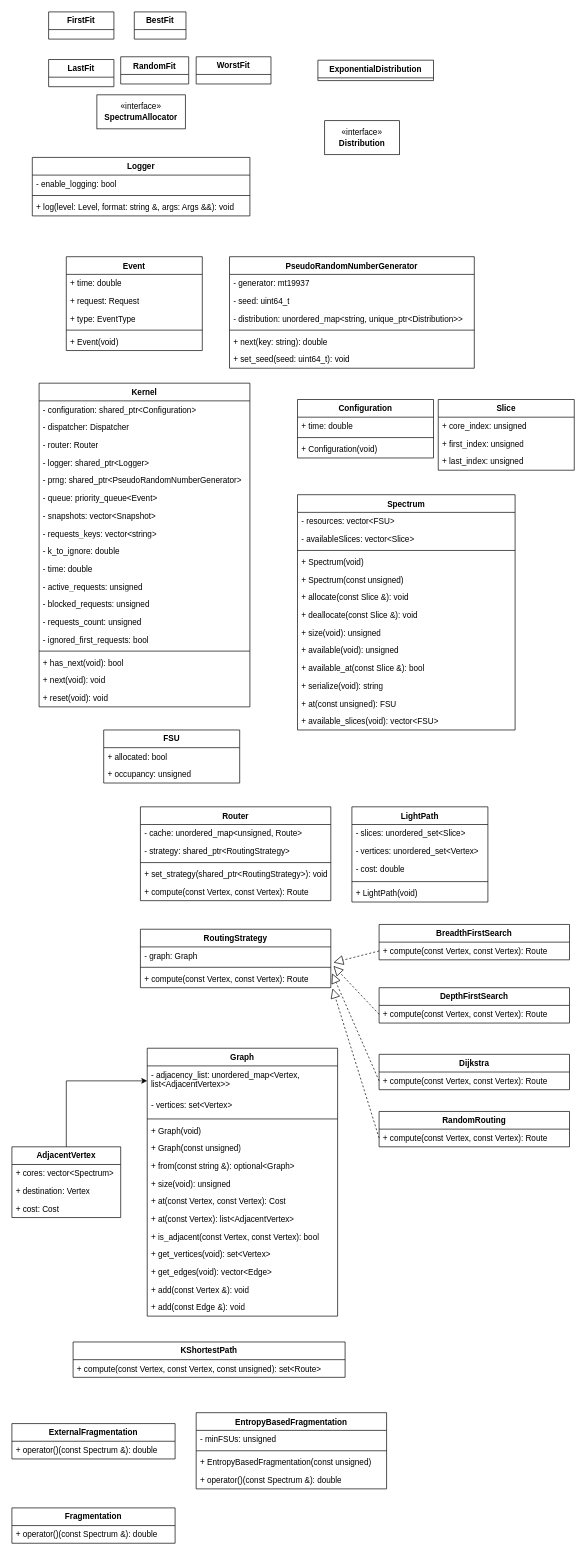
This is page "Class Diagram" (1 of 2) of documentation/Diagram.drawio from AssoDePicche/elastic-optical-networks, a draw.io file, before an edit. Source tidied: cells renumbered, new cells numbered last; positions are measured from the earlier drawing's top-left corner, leaving out a move shared by most shapes. Both pictures are drawn from the tidied source at 68%, with x=0, y=0 at pixel (12, 12).
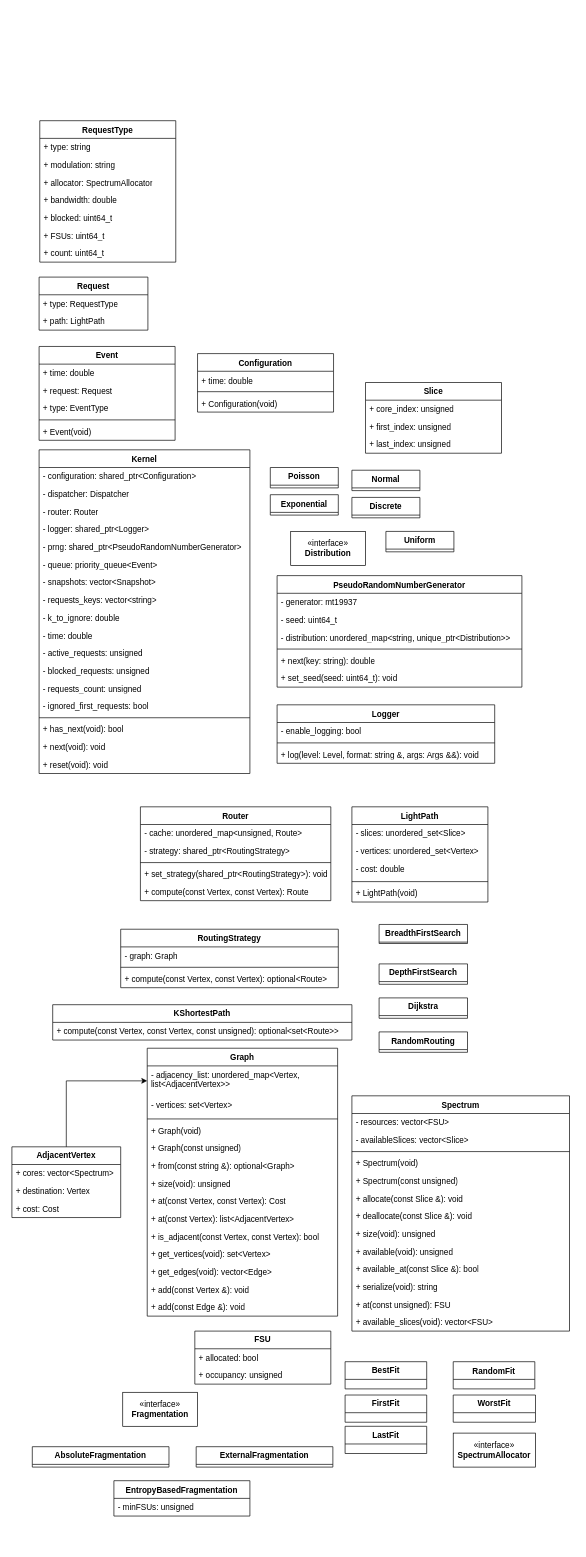
After the change.

Change to the diagram source:
```diff
@@
     <mxCell id="23" value="RoutingStrategy" style="swimlane;fontStyle=1;align=center;verticalAlign=top;horizontal=1;startSize=26;whiteSpace=wrap;html=1;" parent="1" vertex="1">
-      <mxGeometry x="189" y="1349" width="280" height="86" as="geometry" />
+      <mxGeometry x="160" y="1349" width="320" height="86" as="geometry" />
     </mxCell>
     <mxCell id="24" value="- graph: Graph" style="text;strokeColor=none;fillColor=none;align=left;verticalAlign=top;spacingLeft=4;spacingRight=4;overflow=hidden;points=[[0,0.5],[1,0.5]];portConstraint=eastwest;whiteSpace=wrap;html=1;" parent="23" vertex="1">
-      <mxGeometry y="26" width="280" height="26" as="geometry" />
+      <mxGeometry y="26" width="320" height="26" as="geometry" />
     </mxCell>
     <mxCell id="25" style="line;strokeWidth=1;fillColor=none;align=left;verticalAlign=middle;spacingTop=-1;spacingLeft=3;spacingRight=3;labelPosition=right;strokeColor=inherit;" parent="23" vertex="1">
-      <mxGeometry y="52" width="280" height="8" as="geometry" />
+      <mxGeometry y="52" width="320" height="8" as="geometry" />
     </mxCell>
-    <mxCell id="26" value="+ compute(const Vertex, const Vertex): Route" style="text;strokeColor=none;fillColor=none;align=left;verticalAlign=top;spacingLeft=4;spacingRight=4;overflow=hidden;points=[[0,0.5],[1,0.5]];portConstraint=eastwest;whiteSpace=wrap;html=1;" parent="23" vertex="1">
-      <mxGeometry y="60" width="280" height="26" as="geometry" />
+    <mxCell id="26" value="+ compute(const Vertex, const Vertex): optional&amp;lt;Route&amp;gt;" style="text;strokeColor=none;fillColor=none;align=left;verticalAlign=top;spacingLeft=4;spacingRight=4;overflow=hidden;points=[[0,0.5],[1,0.5]];portConstraint=eastwest;whiteSpace=wrap;html=1;" parent="23" vertex="1">
+      <mxGeometry y="60" width="320" height="26" as="geometry" />
     </mxCell>
     <mxCell id="27" value="&lt;b&gt;BreadthFirstSearch&lt;/b&gt;" style="swimlane;fontStyle=0;horizontal=1;startSize=26;fillColor=none;whiteSpace=wrap;html=1;" parent="1" vertex="1">
-      <mxGeometry x="540" y="1342" width="280" height="52" as="geometry" />
+      <mxGeometry x="540" y="1342" width="130" height="28" as="geometry" />
     </mxCell>
-    <mxCell id="28" value="+ compute(const Vertex, const Vertex): Route" style="text;strokeColor=none;fillColor=none;align=left;verticalAlign=top;spacingLeft=4;spacingRight=4;overflow=hidden;points=[[0,0.5],[1,0.5]];portConstraint=eastwest;whiteSpace=wrap;html=1;" parent="27" vertex="1">
-      <mxGeometry y="26" width="280" height="26" as="geometry" />
-    </mxCell>
-    <mxCell id="29" style="endArrow=block;dashed=1;endFill=0;endSize=12;html=1;rounded=0;entryX=1.014;entryY=0.885;entryDx=0;entryDy=0;entryPerimeter=0;exitX=0;exitY=0.5;exitDx=0;exitDy=0;" parent="1" edge="1" source="28" target="24">
-      <mxGeometry relative="1" as="geometry" />
-    </mxCell>
     <mxCell id="30" value="&lt;b&gt;DepthFirstSearch&lt;/b&gt;" style="swimlane;fontStyle=0;horizontal=1;startSize=26;fillColor=none;whiteSpace=wrap;html=1;" parent="1" vertex="1">
-      <mxGeometry x="540" y="1435" width="280" height="52" as="geometry" />
+      <mxGeometry x="540" y="1400" width="130" height="30" as="geometry" />
     </mxCell>
-    <mxCell id="31" value="+ compute(const Vertex, const Vertex): Route" style="text;strokeColor=none;fillColor=none;align=left;verticalAlign=top;spacingLeft=4;spacingRight=4;overflow=hidden;points=[[0,0.5],[1,0.5]];portConstraint=eastwest;whiteSpace=wrap;html=1;" parent="30" vertex="1">
-      <mxGeometry y="26" width="280" height="26" as="geometry" />
-    </mxCell>
-    <mxCell id="32" style="endArrow=block;dashed=1;endFill=0;endSize=12;html=1;rounded=0;entryX=1.014;entryY=1.077;entryDx=0;entryDy=0;entryPerimeter=0;exitX=0;exitY=0.5;exitDx=0;exitDy=0;" parent="1" edge="1" source="31" target="24">
-      <mxGeometry relative="1" as="geometry" />
-    </mxCell>
     <mxCell id="33" value="&lt;b&gt;Dijkstra&lt;/b&gt;" style="swimlane;fontStyle=0;horizontal=1;startSize=26;fillColor=none;whiteSpace=wrap;html=1;" parent="1" vertex="1">
-      <mxGeometry x="540" y="1533" width="280" height="52" as="geometry" />
+      <mxGeometry x="540" y="1450" width="130" height="30" as="geometry" />
     </mxCell>
-    <mxCell id="34" value="+ compute(const Vertex, const Vertex): Route" style="text;strokeColor=none;fillColor=none;align=left;verticalAlign=top;spacingLeft=4;spacingRight=4;overflow=hidden;points=[[0,0.5],[1,0.5]];portConstraint=eastwest;whiteSpace=wrap;html=1;" parent="33" vertex="1">
-      <mxGeometry y="26" width="280" height="26" as="geometry" />
-    </mxCell>
-    <mxCell id="35" style="endArrow=block;dashed=1;endFill=0;endSize=12;html=1;rounded=0;entryX=1.007;entryY=0.192;entryDx=0;entryDy=0;entryPerimeter=0;exitX=0;exitY=0.5;exitDx=0;exitDy=0;" parent="1" edge="1" source="34" target="26">
-      <mxGeometry relative="1" as="geometry" />
-    </mxCell>
     <mxCell id="36" value="RandomRouting" style="swimlane;fontStyle=1;align=center;verticalAlign=top;horizontal=1;startSize=26;whiteSpace=wrap;html=1;" parent="1" vertex="1">
-      <mxGeometry x="540" y="1617" width="280" height="52" as="geometry" />
+      <mxGeometry x="540" y="1500" width="130" height="30" as="geometry" />
     </mxCell>
-    <mxCell id="37" value="+ compute(const Vertex, const Vertex): Route" style="text;strokeColor=none;fillColor=none;align=left;verticalAlign=top;spacingLeft=4;spacingRight=4;overflow=hidden;points=[[0,0.5],[1,0.5]];portConstraint=eastwest;whiteSpace=wrap;html=1;" parent="36" vertex="1">
-      <mxGeometry y="26" width="280" height="26" as="geometry" />
-    </mxCell>
     <mxCell id="38" value="&lt;b&gt;KShortestPath&lt;/b&gt;" style="swimlane;fontStyle=0;horizontal=1;startSize=26;fillColor=none;whiteSpace=wrap;html=1;" parent="1" vertex="1">
-      <mxGeometry x="90" y="1956" width="400" height="52" as="geometry" />
+      <mxGeometry x="60" y="1460" width="440" height="52" as="geometry" />
     </mxCell>
-    <mxCell id="39" value="+ compute(const Vertex, const Vertex, const unsigned): set&amp;lt;Route&amp;gt;" style="text;strokeColor=none;fillColor=none;align=left;verticalAlign=top;spacingLeft=4;spacingRight=4;overflow=hidden;whiteSpace=wrap;html=1;" parent="38" vertex="1">
-      <mxGeometry y="26" width="400" height="26" as="geometry" />
+    <mxCell id="39" value="+ compute(const Vertex, const Vertex, const unsigned): optional&amp;lt;set&amp;lt;Route&amp;gt;&amp;gt;" style="text;strokeColor=none;fillColor=none;align=left;verticalAlign=top;spacingLeft=4;spacingRight=4;overflow=hidden;whiteSpace=wrap;html=1;" parent="38" vertex="1">
+      <mxGeometry y="26" width="440" height="26" as="geometry" />
     </mxCell>
-    <mxCell id="40" style="endArrow=block;dashed=1;endFill=0;endSize=12;html=1;rounded=0;entryX=1.009;entryY=1.038;entryDx=0;entryDy=0;entryPerimeter=0;exitX=0;exitY=0.5;exitDx=0;exitDy=0;" parent="1" edge="1" source="37" target="26">
-      <mxGeometry relative="1" as="geometry" />
-    </mxCell>
     <mxCell id="41" value="&lt;b&gt;FSU&lt;/b&gt;" style="swimlane;fontStyle=0;horizontal=1;startSize=26;fillColor=none;whiteSpace=wrap;html=1;" parent="1" vertex="1">
-      <mxGeometry x="135" y="1056" width="200" height="78" as="geometry" />
+      <mxGeometry x="269" y="1940" width="200" height="78" as="geometry" />
     </mxCell>
@@
     <mxCell id="44" value="&lt;b&gt;Slice&lt;/b&gt;" style="swimlane;fontStyle=0;horizontal=1;startSize=26;fillColor=none;whiteSpace=wrap;html=1;" parent="1" vertex="1">
-      <mxGeometry x="627" y="570" width="200" height="104" as="geometry" />
+      <mxGeometry x="520" y="545" width="200" height="104" as="geometry" />
     </mxCell>
@@
     <mxCell id="48" value="Spectrum" style="swimlane;fontStyle=1;align=center;verticalAlign=top;horizontal=1;startSize=26;whiteSpace=wrap;html=1;" parent="1" vertex="1">
-      <mxGeometry x="420" y="710" width="320" height="346" as="geometry" />
+      <mxGeometry x="500" y="1594" width="320" height="346" as="geometry" />
     </mxCell>
@@
     <mxCell id="62" value="&lt;b&gt;WorstFit&lt;/b&gt;" style="swimlane;fontStyle=0;horizontal=1;startSize=26;fillColor=none;whiteSpace=wrap;html=1;" parent="1" vertex="1">
-      <mxGeometry x="271" y="66" width="110" height="40" as="geometry" />
+      <mxGeometry x="649" y="2034" width="121" height="40" as="geometry" />
     </mxCell>
     <mxCell id="63" value="&lt;b&gt;LastFit&lt;/b&gt;" style="swimlane;fontStyle=0;horizontal=1;startSize=26;fillColor=none;whiteSpace=wrap;html=1;" parent="1" vertex="1">
-      <mxGeometry x="54" y="70" width="96" height="40" as="geometry" />
+      <mxGeometry x="490" y="2080" width="120" height="40" as="geometry" />
     </mxCell>
     <mxCell id="64" value="&lt;b&gt;FirstFit&lt;/b&gt;" style="swimlane;fontStyle=0;horizontal=1;startSize=26;fillColor=none;whiteSpace=wrap;html=1;" parent="1" vertex="1">
-      <mxGeometry x="54" width="96" height="40" as="geometry" />
+      <mxGeometry x="490" y="2034" width="120" height="40" as="geometry" />
     </mxCell>
     <mxCell id="65" value="&lt;b&gt;BestFit&lt;/b&gt;" style="swimlane;fontStyle=0;horizontal=1;startSize=26;fillColor=none;whiteSpace=wrap;html=1;" parent="1" vertex="1">
-      <mxGeometry x="180" width="76" height="40" as="geometry" />
+      <mxGeometry x="490" y="1985" width="120" height="40" as="geometry" />
     </mxCell>
     <mxCell id="66" value="RandomFit" style="swimlane;fontStyle=1;align=center;verticalAlign=top;horizontal=1;startSize=26;whiteSpace=wrap;html=1;" parent="1" vertex="1">
-      <mxGeometry x="160" y="66" width="100" height="40" as="geometry" />
+      <mxGeometry x="649" y="1985" width="120" height="40" as="geometry" />
     </mxCell>
-    <mxCell id="67" value="&lt;span&gt;Fragmentation&lt;/span&gt;" style="swimlane;fontStyle=1;horizontal=1;startSize=26;fillColor=none;whiteSpace=wrap;html=1;" parent="1" vertex="1">
-      <mxGeometry y="2200" width="240" height="52" as="geometry" />
-    </mxCell>
-    <mxCell id="68" value="+ operator()(const Spectrum &amp;amp;): double" style="text;strokeColor=none;fillColor=none;align=left;verticalAlign=top;spacingLeft=4;spacingRight=4;overflow=hidden;whiteSpace=wrap;html=1;" parent="67" vertex="1">
-      <mxGeometry y="26" width="240" height="26" as="geometry" />
-    </mxCell>
     <mxCell id="69" value="&lt;b&gt;ExternalFragmentation&lt;/b&gt;" style="swimlane;fontStyle=0;horizontal=1;startSize=26;fillColor=none;whiteSpace=wrap;html=1;" parent="1" vertex="1">
-      <mxGeometry y="2076" width="240" height="52" as="geometry" />
+      <mxGeometry x="271" y="2110" width="201" height="30" as="geometry" />
     </mxCell>
-    <mxCell id="70" value="+ operator()(const Spectrum &amp;amp;): double" style="text;strokeColor=none;fillColor=none;align=left;verticalAlign=top;spacingLeft=4;spacingRight=4;overflow=hidden;whiteSpace=wrap;html=1;" parent="69" vertex="1">
-      <mxGeometry y="26" width="240" height="26" as="geometry" />
-    </mxCell>
     <mxCell id="71" value="EntropyBasedFragmentation" style="swimlane;fontStyle=1;align=center;verticalAlign=top;horizontal=1;startSize=26;whiteSpace=wrap;html=1;" parent="1" vertex="1">
-      <mxGeometry x="271" y="2060" width="280" height="112" as="geometry" />
+      <mxGeometry x="150" y="2160" width="200" height="52" as="geometry" />
     </mxCell>
     <mxCell id="72" value="- minFSUs: unsigned" style="text;strokeColor=none;fillColor=none;align=left;verticalAlign=top;spacingLeft=4;spacingRight=4;overflow=hidden;whiteSpace=wrap;html=1;" parent="71" vertex="1">
-      <mxGeometry y="26" width="280" height="26" as="geometry" />
+      <mxGeometry y="26" width="200" height="26" as="geometry" />
     </mxCell>
-    <mxCell id="73" style="line;strokeWidth=1;fillColor=none;align=left;verticalAlign=middle;spacingTop=-1;spacingLeft=3;spacingRight=3;labelPosition=right;strokeColor=inherit;" parent="71" vertex="1">
-      <mxGeometry y="52" width="280" height="8" as="geometry" />
-    </mxCell>
-    <mxCell id="74" value="+ EntropyBasedFragmentation(const unsigned)" style="text;strokeColor=none;fillColor=none;align=left;verticalAlign=top;spacingLeft=4;spacingRight=4;overflow=hidden;whiteSpace=wrap;html=1;" parent="71" vertex="1">
-      <mxGeometry y="60" width="280" height="26" as="geometry" />
-    </mxCell>
-    <mxCell id="75" value="+ operator()(const Spectrum &amp;amp;): double" style="text;strokeColor=none;fillColor=none;align=left;verticalAlign=top;spacingLeft=4;spacingRight=4;overflow=hidden;whiteSpace=wrap;html=1;" parent="71" vertex="1">
-      <mxGeometry y="86" width="280" height="26" as="geometry" />
-    </mxCell>
     <mxCell id="76" value="Event" style="swimlane;fontStyle=1;align=center;verticalAlign=top;horizontal=1;startSize=26;whiteSpace=wrap;html=1;" parent="1" vertex="1">
-      <mxGeometry x="80" y="360" width="200" height="138" as="geometry" />
+      <mxGeometry x="40" y="492" width="200" height="138" as="geometry" />
     </mxCell>
@@
-    <mxCell id="82" value="ExponentialDistribution" style="swimlane;fontStyle=1;align=center;verticalAlign=top;horizontal=1;startSize=26;whiteSpace=wrap;html=1;" parent="1" vertex="1">
-      <mxGeometry x="450" y="71" width="170" height="30" as="geometry" />
+    <mxCell id="82" value="Exponential" style="swimlane;fontStyle=1;align=center;verticalAlign=top;horizontal=1;startSize=26;whiteSpace=wrap;html=1;" parent="1" vertex="1">
+      <mxGeometry x="380" y="710" width="100" height="30" as="geometry" />
     </mxCell>
     <mxCell id="83" value="Kernel" style="swimlane;fontStyle=1;align=center;verticalAlign=top;horizontal=1;startSize=26;whiteSpace=wrap;html=1;" parent="1" vertex="1">
-      <mxGeometry x="40" y="546" width="310" height="476" as="geometry" />
+      <mxGeometry x="40" y="644" width="310" height="476" as="geometry" />
     </mxCell>
@@
     <mxCell id="102" value="PseudoRandomNumberGenerator" style="swimlane;fontStyle=1;align=center;verticalAlign=top;horizontal=1;startSize=26;whiteSpace=wrap;html=1;" parent="1" vertex="1">
-      <mxGeometry x="320" y="360" width="360" height="164" as="geometry" />
+      <mxGeometry x="390" y="829" width="360" height="164" as="geometry" />
     </mxCell>
@@
     <mxCell id="109" value="Logger" style="swimlane;fontStyle=1;align=center;verticalAlign=top;horizontal=1;startSize=26;whiteSpace=wrap;html=1;" parent="1" vertex="1">
-      <mxGeometry x="30" y="214" width="320" height="86" as="geometry" />
+      <mxGeometry x="390" y="1019" width="320" height="86" as="geometry" />
     </mxCell>
@@
     <mxCell id="113" value="«interface»&lt;br&gt;&lt;b&gt;Distribution&lt;/b&gt;" style="html=1;whiteSpace=wrap;" parent="1" vertex="1">
-      <mxGeometry x="460" y="160" width="110" height="50" as="geometry" />
+      <mxGeometry x="410" y="764" width="110" height="50" as="geometry" />
     </mxCell>
     <mxCell id="114" value="Configuration" style="swimlane;fontStyle=1;align=center;verticalAlign=top;horizontal=1;startSize=26;whiteSpace=wrap;html=1;" parent="1" vertex="1">
-      <mxGeometry x="420" y="570" width="200" height="86" as="geometry" />
+      <mxGeometry x="273" y="502.5" width="200" height="86" as="geometry" />
     </mxCell>
@@
     <mxCell id="129" value="«interface»&lt;br&gt;&lt;b&gt;SpectrumAllocator&lt;/b&gt;" style="html=1;whiteSpace=wrap;" parent="1" vertex="1">
-      <mxGeometry x="125" y="122" width="130" height="50" as="geometry" />
+      <mxGeometry x="649" y="2090" width="121" height="50" as="geometry" />
     </mxCell>
+    <mxCell id="130" value="&lt;b&gt;AbsoluteFragmentation&lt;/b&gt;" style="swimlane;fontStyle=0;horizontal=1;startSize=26;fillColor=none;whiteSpace=wrap;html=1;" parent="1" vertex="1">
+      <mxGeometry x="30" y="2110" width="201" height="30" as="geometry" />
+    </mxCell>
+    <mxCell id="131" value="«interface»&lt;br&gt;&lt;b&gt;Fragmentation&lt;/b&gt;" style="html=1;whiteSpace=wrap;" parent="1" vertex="1">
+      <mxGeometry x="163" y="2030" width="110" height="50" as="geometry" />
+    </mxCell>
+    <mxCell id="132" value="Poisson" style="swimlane;fontStyle=1;align=center;verticalAlign=top;horizontal=1;startSize=26;whiteSpace=wrap;html=1;" parent="1" vertex="1">
+      <mxGeometry x="380" y="670" width="100" height="30" as="geometry" />
+    </mxCell>
+    <mxCell id="133" value="Normal" style="swimlane;fontStyle=1;align=center;verticalAlign=top;horizontal=1;startSize=26;whiteSpace=wrap;html=1;" parent="1" vertex="1">
+      <mxGeometry x="500" y="674" width="100" height="30" as="geometry" />
+    </mxCell>
+    <mxCell id="134" value="Discrete" style="swimlane;fontStyle=1;align=center;verticalAlign=top;horizontal=1;startSize=26;whiteSpace=wrap;html=1;" parent="1" vertex="1">
+      <mxGeometry x="500" y="714" width="100" height="30" as="geometry" />
+    </mxCell>
+    <mxCell id="135" value="Uniform" style="swimlane;fontStyle=1;align=center;verticalAlign=top;horizontal=1;startSize=26;whiteSpace=wrap;html=1;" parent="1" vertex="1">
+      <mxGeometry x="550" y="764" width="100" height="30" as="geometry" />
+    </mxCell>
+    <mxCell id="136" value="RequestType" style="swimlane;fontStyle=1;align=center;verticalAlign=top;horizontal=1;startSize=26;whiteSpace=wrap;html=1;" parent="1" vertex="1">
+      <mxGeometry x="41" y="160" width="200" height="208" as="geometry" />
+    </mxCell>
+    <mxCell id="137" value="+ type: string" style="text;strokeColor=none;fillColor=none;align=left;verticalAlign=top;spacingLeft=4;spacingRight=4;overflow=hidden;whiteSpace=wrap;html=1;" parent="136" vertex="1">
+      <mxGeometry y="26" width="200" height="26" as="geometry" />
+    </mxCell>
+    <mxCell id="138" value="+ modulation: string" style="text;strokeColor=none;fillColor=none;align=left;verticalAlign=top;spacingLeft=4;spacingRight=4;overflow=hidden;whiteSpace=wrap;html=1;" parent="136" vertex="1">
+      <mxGeometry y="52" width="200" height="26" as="geometry" />
+    </mxCell>
+    <mxCell id="139" value="+ allocator: SpectrumAllocator" style="text;strokeColor=none;fillColor=none;align=left;verticalAlign=top;spacingLeft=4;spacingRight=4;overflow=hidden;whiteSpace=wrap;html=1;" parent="136" vertex="1">
+      <mxGeometry y="78" width="200" height="26" as="geometry" />
+    </mxCell>
+    <mxCell id="140" value="+ bandwidth: double" style="text;strokeColor=none;fillColor=none;align=left;verticalAlign=top;spacingLeft=4;spacingRight=4;overflow=hidden;whiteSpace=wrap;html=1;" parent="136" vertex="1">
+      <mxGeometry y="104" width="200" height="26" as="geometry" />
+    </mxCell>
+    <mxCell id="141" value="+ blocked: uint64_t" style="text;strokeColor=none;fillColor=none;align=left;verticalAlign=top;spacingLeft=4;spacingRight=4;overflow=hidden;whiteSpace=wrap;html=1;" parent="136" vertex="1">
+      <mxGeometry y="130" width="200" height="26" as="geometry" />
+    </mxCell>
+    <mxCell id="142" value="+ FSUs: uint64_t" style="text;strokeColor=none;fillColor=none;align=left;verticalAlign=top;spacingLeft=4;spacingRight=4;overflow=hidden;whiteSpace=wrap;html=1;" parent="136" vertex="1">
+      <mxGeometry y="156" width="200" height="26" as="geometry" />
+    </mxCell>
+    <mxCell id="143" value="+ count: uint64_t" style="text;strokeColor=none;fillColor=none;align=left;verticalAlign=top;spacingLeft=4;spacingRight=4;overflow=hidden;whiteSpace=wrap;html=1;" parent="136" vertex="1">
+      <mxGeometry y="182" width="200" height="26" as="geometry" />
+    </mxCell>
+    <mxCell id="144" value="Request" style="swimlane;fontStyle=1;align=center;verticalAlign=top;horizontal=1;startSize=26;whiteSpace=wrap;html=1;" parent="1" vertex="1">
+      <mxGeometry x="40" y="390" width="160" height="78" as="geometry" />
+    </mxCell>
+    <mxCell id="145" value="+ type: RequestType" style="text;strokeColor=none;fillColor=none;align=left;verticalAlign=top;spacingLeft=4;spacingRight=4;overflow=hidden;whiteSpace=wrap;html=1;" parent="144" vertex="1">
+      <mxGeometry y="26" width="160" height="26" as="geometry" />
+    </mxCell>
+    <mxCell id="146" value="+ path: LightPath" style="text;strokeColor=none;fillColor=none;align=left;verticalAlign=top;spacingLeft=4;spacingRight=4;overflow=hidden;whiteSpace=wrap;html=1;" parent="144" vertex="1">
+      <mxGeometry y="52" width="160" height="26" as="geometry" />
+    </mxCell>
```
